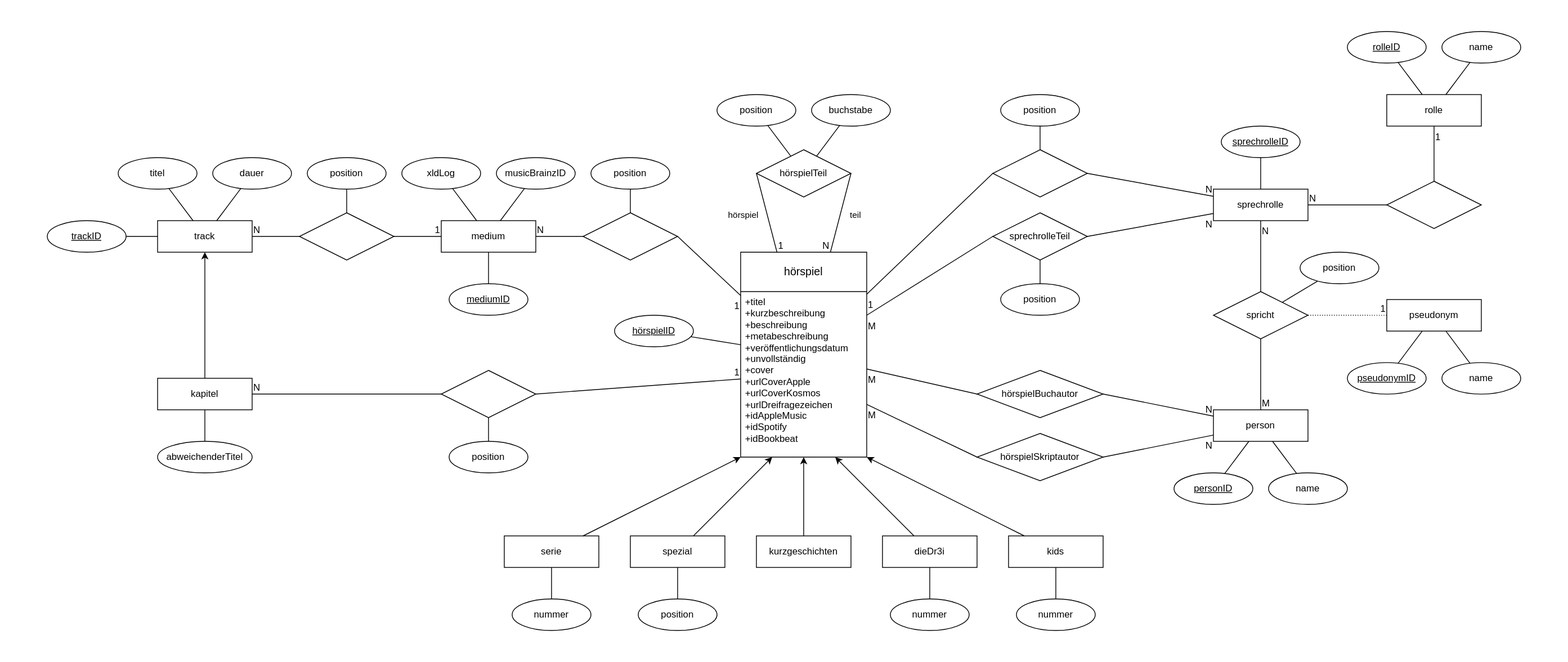
Earlier version of the draw.io export model/relationalModel.svg (YourMJK/dreimetadaten). Source tidied: cells renumbered, new cells last; positions are measured from the earlier drawing's top-left corner, leaving out a move shared by most shapes.
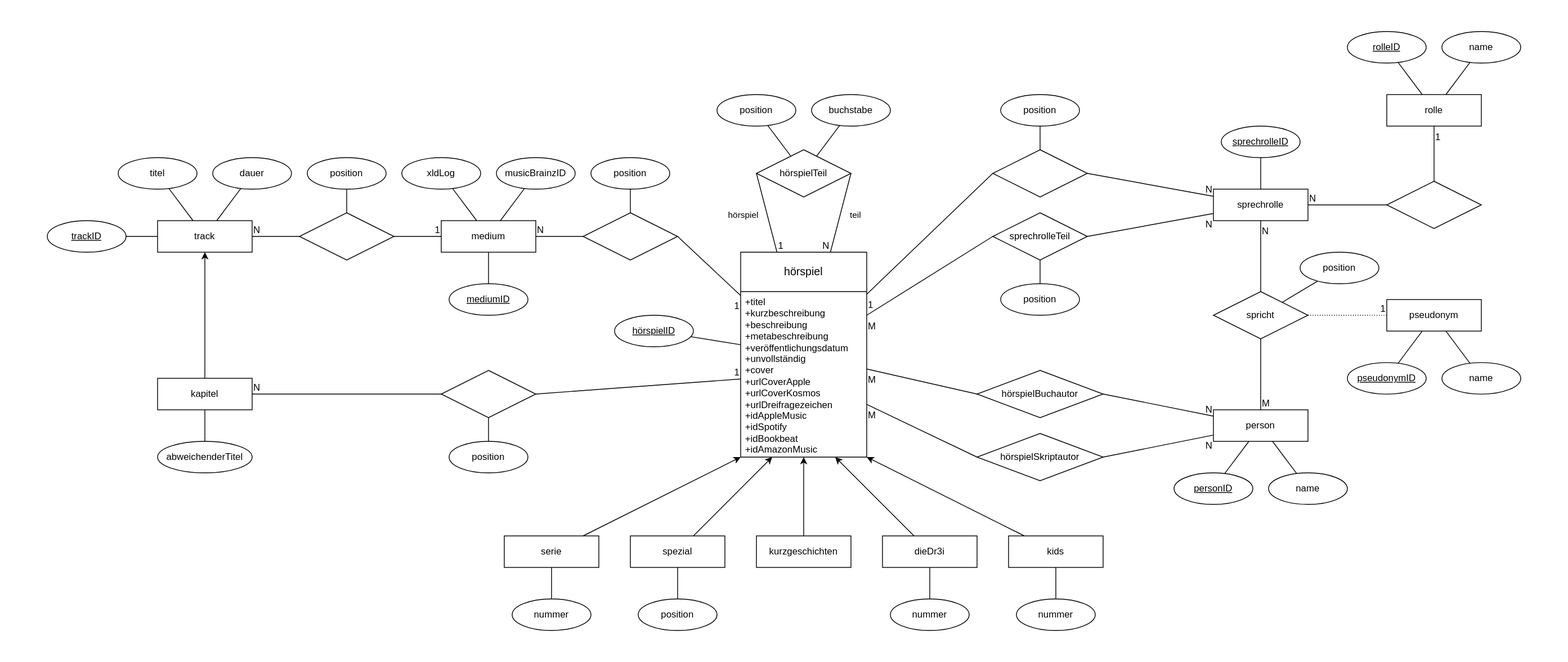
After the commit.

Diff of the diagram source:
```diff
@@ -8,7 +8,7 @@
     <mxCell id="3" value="hörspiel" style="swimlane;horizontal=1;startSize=50;rounded=1;fontSize=14;fontStyle=0;strokeWidth=1;shadow=0;dashed=0;align=center;arcSize=0;whiteSpace=wrap;html=1;" parent="1" vertex="1">
       <mxGeometry x="880" y="280" width="160" height="260" as="geometry" />
     </mxCell>
-    <mxCell id="4" value="&lt;div&gt;+titel&lt;br&gt;&lt;/div&gt;&lt;div&gt;+kurzbeschreibung&lt;/div&gt;&lt;div&gt;+beschreibung&lt;/div&gt;&lt;div&gt;+metabeschreibung&lt;/div&gt;&lt;div&gt;+veröffentlichungsdatum&lt;/div&gt;&lt;div&gt;+unvollständig&lt;/div&gt;&lt;div&gt;+cover&lt;/div&gt;&lt;div&gt;+urlCoverApple&lt;/div&gt;&lt;div&gt;+urlCoverKosmos&lt;/div&gt;&lt;div&gt;+urlDreifragezeichen&lt;/div&gt;&lt;div&gt;+idAppleMusic&lt;/div&gt;&lt;div&gt;+idSpotify&lt;/div&gt;&lt;div&gt;+idBookbeat&lt;/div&gt;" style="align=left;strokeColor=none;fillColor=none;spacingLeft=4;fontSize=12;verticalAlign=top;html=1;" parent="3" vertex="1">
+    <mxCell id="4" value="&lt;div&gt;+titel&lt;br&gt;&lt;/div&gt;&lt;div&gt;+kurzbeschreibung&lt;/div&gt;&lt;div&gt;+beschreibung&lt;/div&gt;&lt;div&gt;+metabeschreibung&lt;/div&gt;&lt;div&gt;+veröffentlichungsdatum&lt;/div&gt;&lt;div&gt;+unvollständig&lt;/div&gt;&lt;div&gt;+cover&lt;/div&gt;&lt;div&gt;+urlCoverApple&lt;/div&gt;&lt;div&gt;+urlCoverKosmos&lt;/div&gt;&lt;div&gt;+urlDreifragezeichen&lt;/div&gt;&lt;div&gt;+idAppleMusic&lt;/div&gt;&lt;div&gt;+idSpotify&lt;/div&gt;&lt;div&gt;+idBookbeat&lt;/div&gt;&lt;div&gt;+idAmazonMusic&lt;br&gt;&lt;/div&gt;" style="align=left;strokeColor=none;fillColor=none;spacingLeft=4;fontSize=12;verticalAlign=top;html=1;" parent="3" vertex="1">
       <mxGeometry y="50" width="160" height="210" as="geometry" />
     </mxCell>
     <mxCell id="5" style="edgeStyle=orthogonalEdgeStyle;rounded=0;orthogonalLoop=1;jettySize=auto;html=1;exitX=0.5;exitY=1;exitDx=0;exitDy=0;" parent="3" edge="1" source="4" target="4">
```
